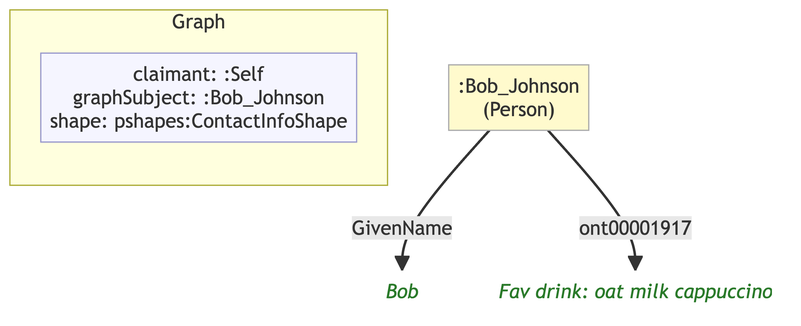
This is example/graphs/images/graph-04.png from MeeFoundation/mia-ontologies, a Mermaid export, as it was before one commit. Its source is kept beside it as example/graphs/images/graph-04.mmd.
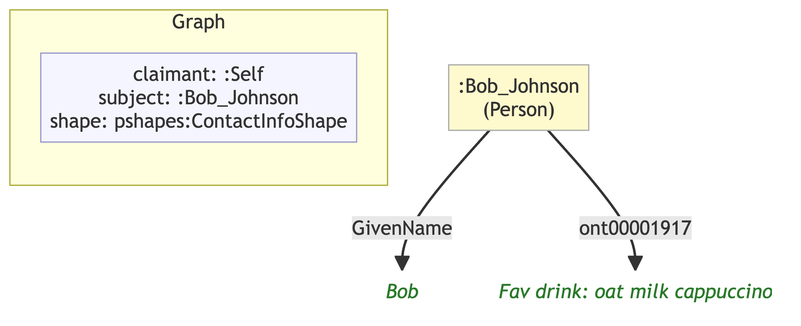
The same diagram one commit later.

Diff of the diagram source:
```diff
@@ -7,12 +7,12 @@
 
     subgraph ctx["Graph"]
         direction LR
-        ctx_meta["claimant: :Self\ngraphSubject: :Bob_Johnson\nshape: pshapes:ContactInfoShape"]:::meta
+        ctx_meta["claimant: :Self\nsubject: :Bob_Johnson\nshape: pshapes:ContactInfoShape"]:::meta
     end
 
     ncec7d6304e56[":Bob_Johnson\n(Person)"]:::person
-    n230d67b0af39("Bob"):::lit
-    n05cd550890d5("Fav drink: oat milk cappuccino"):::lit
+    n71574e412507("Bob"):::lit
+    n32f2d9eabfbf("Fav drink: oat milk cappuccino"):::lit
 
-    ncec7d6304e56 -->|"GivenName"| n230d67b0af39
-    ncec7d6304e56 -->|"ont00001917"| n05cd550890d5
+    ncec7d6304e56 -->|"GivenName"| n71574e412507
+    ncec7d6304e56 -->|"ont00001917"| n32f2d9eabfbf
```
